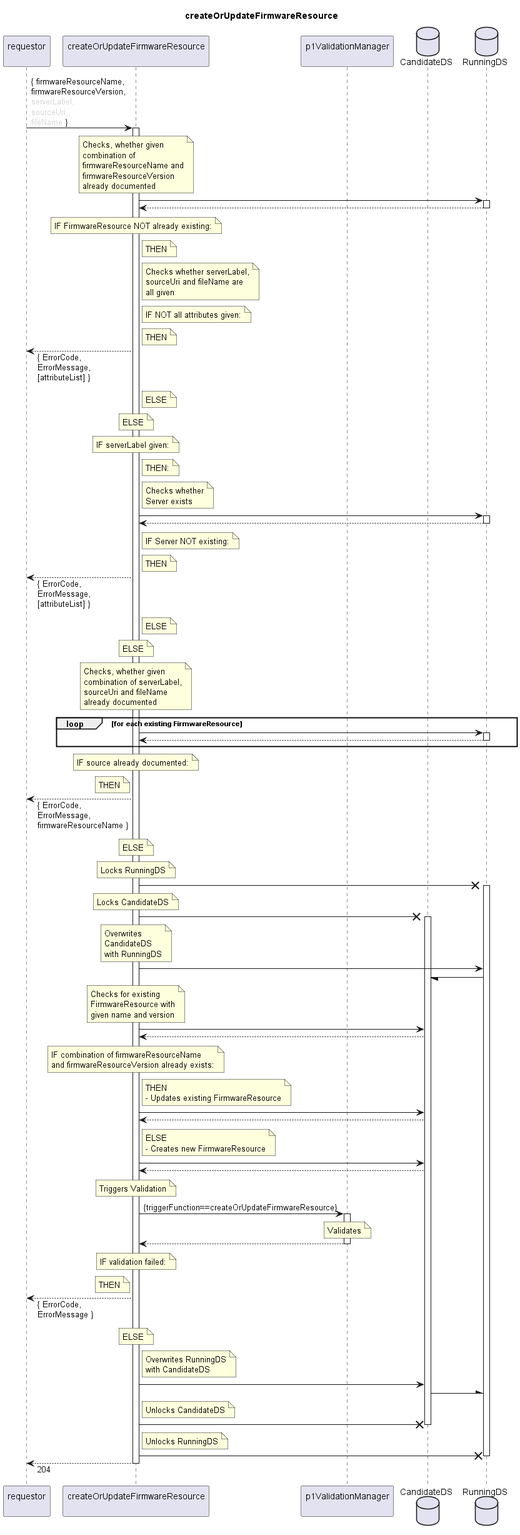
This is spec/Services/createOrUpdateFirmwareResource/1.0.0/createOrUpdateFirmwareResource.png from openBackhaul/FirmWareManager, a PlantUML export, as it was before one commit.
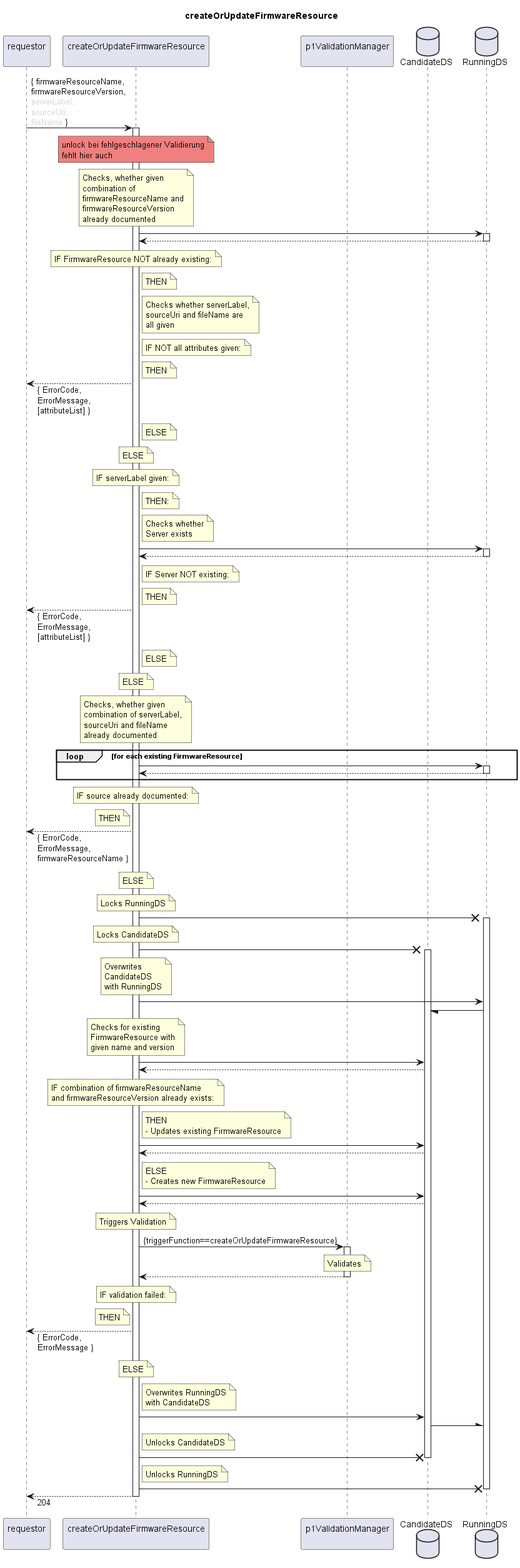
The same file after the commit.

Change to the diagram source:
```diff
@@ -13,6 +13,11 @@
 
 requestor -> couFWR: { firmwareResourceName,\nfirmwareResourceVersion,\n<color:LightGray>serverLabel,\n<color:LightGray>sourceUri,\n<color:LightGray>fileName</color> }
 activate couFWR
+
+  note over couFWR #lightcoral
+    unlock bei fehlgeschlagener Validierung
+    fehlt hier auch
+  end note
 
   note over couFWR
     Checks, whether given
```
